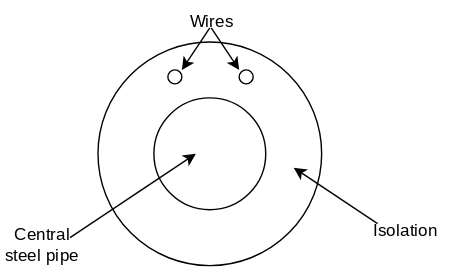
Mikkelnn/ES8-Project keeps this draw.io diagram as Figures/introduction/pipeSide.svg. Above is the earlier version. Source tidied: cells renumbered, new cells last; positions are measured from the earlier drawing's top-left corner, leaving out a move shared by most shapes.
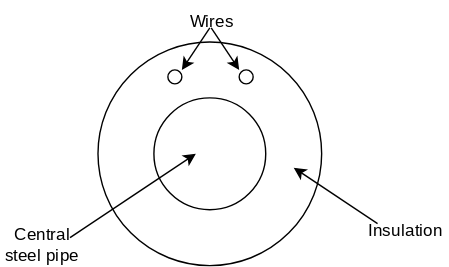
The same diagram one commit later.

Change to the diagram source:
```diff
@@ -29,7 +29,7 @@
         <mxPoint x="210" y="120" as="targetPoint" />
       </mxGeometry>
     </mxCell>
-    <mxCell id="9" value="Isolation" style="text;html=1;whiteSpace=wrap;strokeColor=none;fillColor=none;align=center;verticalAlign=middle;rounded=0;fontFamily=modern;fontSource=https%3A%2F%2Fsourceforge.net%2Fprojects%2Fcm-unicode%2F;" parent="1" vertex="1">
+    <mxCell id="9" value="Insulation" style="text;html=1;whiteSpace=wrap;strokeColor=none;fillColor=none;align=center;verticalAlign=middle;rounded=0;fontFamily=modern;fontSource=https%3A%2F%2Fsourceforge.net%2Fprojects%2Fcm-unicode%2F;" parent="1" vertex="1">
       <mxGeometry x="260" y="150" width="60" height="30" as="geometry" />
     </mxCell>
     <mxCell id="10" style="endArrow=classic;html=1;rounded=0;fontFamily=modern;fontSource=https%3A%2F%2Fsourceforge.net%2Fprojects%2Fcm-unicode%2F;" parent="1" edge="1">
```
